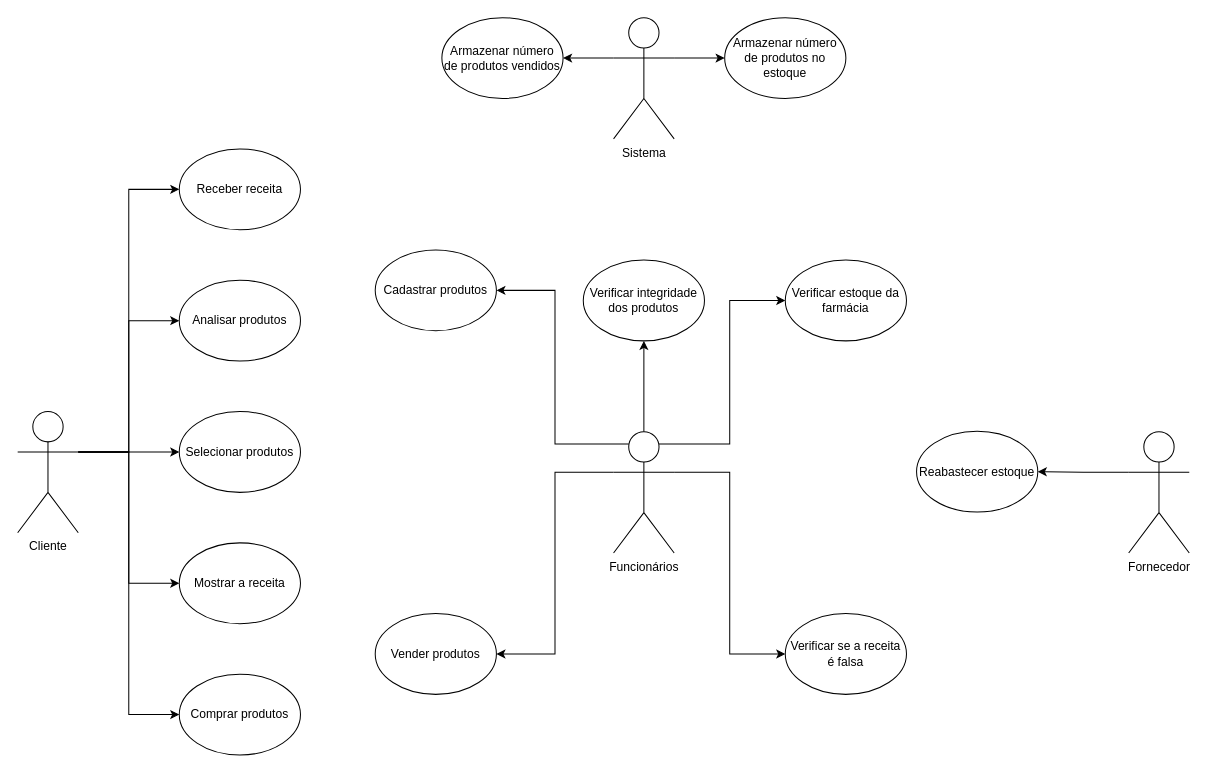
Before: page "Caso de uso" (1 of 2) of Farmacia.drawio in Lotharzin/Farmacia, a draw.io diagram. Source tidied: cells renumbered, new cells numbered last; positions are measured from the earlier drawing's top-left corner, leaving out a move shared by most shapes. Both pictures are drawn from the tidied source at 101%, with x=0, y=0 at pixel (17, 17).
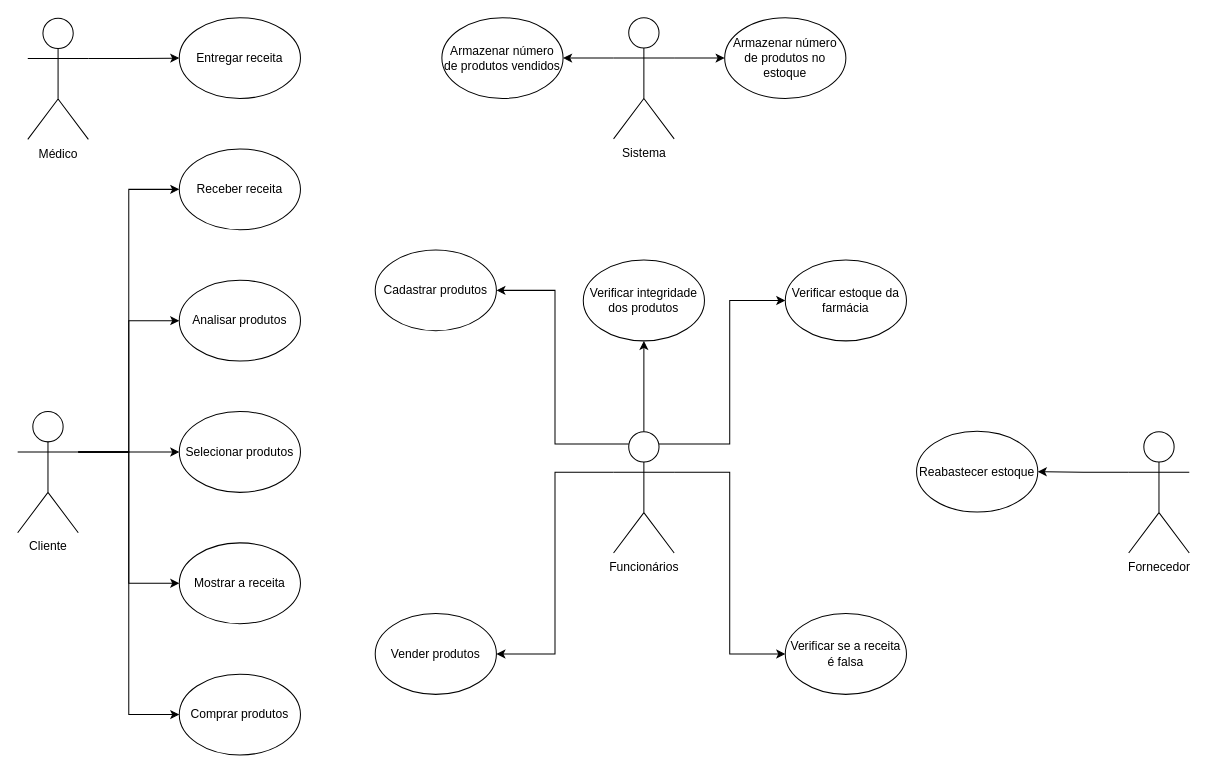
The same diagram, later.

Change to the diagram source:
```diff
@@
+    <mxCell id="32" style="edgeStyle=orthogonalEdgeStyle;rounded=0;jettySize=auto;html=1;exitX=1;exitY=0.3333333333333333;exitDx=0;exitDy=0;exitPerimeter=0;entryX=0;entryY=0.5;entryDx=0;entryDy=0;" parent="1" edge="1" source="33" target="34">
+      <mxGeometry relative="1" as="geometry" />
+    </mxCell>
+    <mxCell id="33" value="Médico" style="shape=umlActor;verticalLabelPosition=bottom;verticalAlign=top;html=1;" parent="1" vertex="1">
+      <mxGeometry x="10" y="0.5" width="60" height="120" as="geometry" />
+    </mxCell>
+    <mxCell id="34" value="Entregar receita" style="ellipse;whiteSpace=wrap;html=1;" parent="1" vertex="1">
+      <mxGeometry x="160" width="120" height="80" as="geometry" />
+    </mxCell>
```
